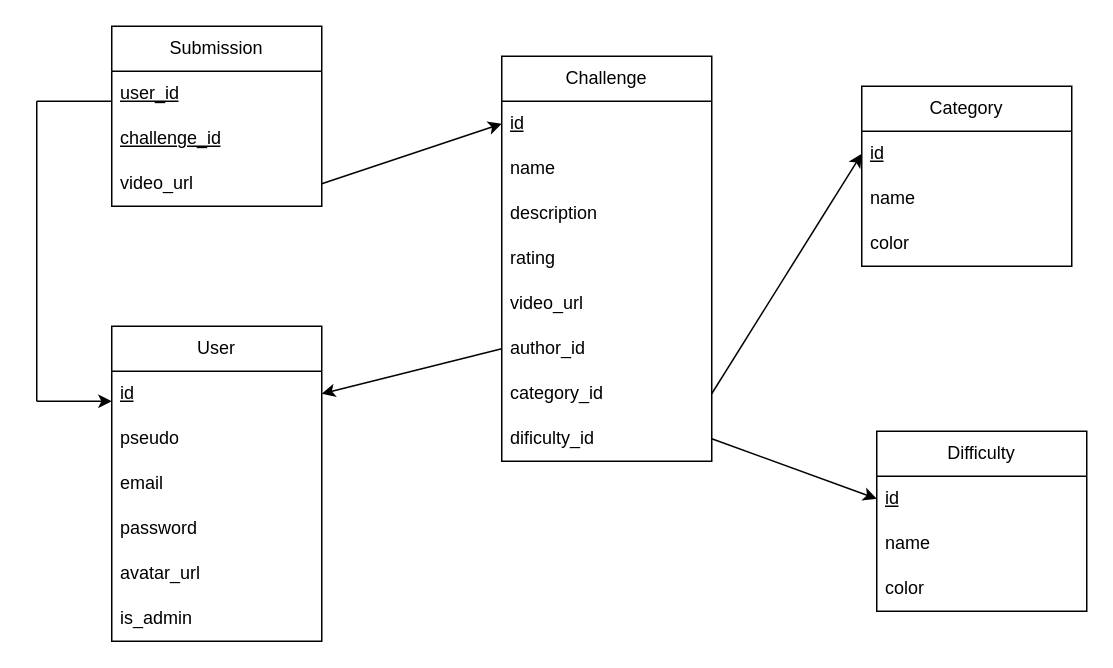
The draw.io diagram docs/MLD.drawio in kishankarunanithy/Gamer-back, before the edit. Source tidied: cells renumbered, new cells numbered last; positions are measured from the earlier drawing's top-left corner, leaving out a move shared by most shapes. Both pictures are drawn from the tidied source at 150%, with x=0, y=0 at pixel (36, 26).
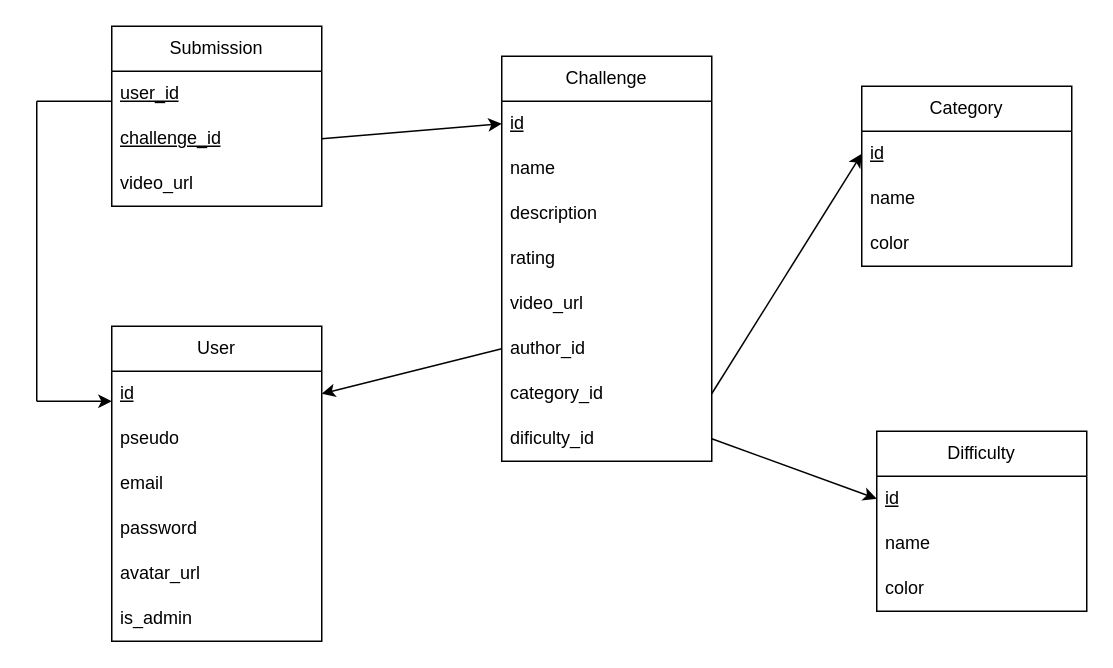
After the change.

Unchanged cells that the change refers to:
```xml
<mxCell id="10" value="&lt;u&gt;id&lt;/u&gt;" style="text;strokeColor=none;fillColor=none;align=left;verticalAlign=middle;spacingLeft=4;spacingRight=4;overflow=hidden;points=[[0,0.5],[1,0.5]];portConstraint=eastwest;whiteSpace=wrap;html=1;" parent="9" vertex="1">
  <mxGeometry y="30" width="140" height="30" as="geometry" />
</mxCell>
<mxCell id="31" value="&lt;u&gt;challenge_id&lt;/u&gt;" style="text;strokeColor=none;fillColor=none;align=left;verticalAlign=middle;spacingLeft=4;spacingRight=4;overflow=hidden;points=[[0,0.5],[1,0.5]];portConstraint=eastwest;whiteSpace=wrap;html=1;" parent="29" vertex="1">
  <mxGeometry y="60" width="140" height="30" as="geometry" />
</mxCell>
<mxCell id="32" value="video_url" style="text;strokeColor=none;fillColor=none;align=left;verticalAlign=middle;spacingLeft=4;spacingRight=4;overflow=hidden;points=[[0,0.5],[1,0.5]];portConstraint=eastwest;whiteSpace=wrap;html=1;" parent="29" vertex="1">
  <mxGeometry y="90" width="140" height="30" as="geometry" />
</mxCell>
```

The edit, as a diff of the source:
```diff
@@
-    <mxCell id="33" style="edgeStyle=none;html=1;exitX=1;exitY=0.5;exitDx=0;exitDy=0;entryX=0;entryY=0.5;entryDx=0;entryDy=0;" parent="1" edge="1" source="32" target="10">
+    <mxCell id="33" style="edgeStyle=none;html=1;entryX=0;entryY=0.5;entryDx=0;entryDy=0;exitX=1;exitY=0.5;exitDx=0;exitDy=0;" parent="1" edge="1" source="31" target="10">
       <mxGeometry relative="1" as="geometry" />
     </mxCell>
```
